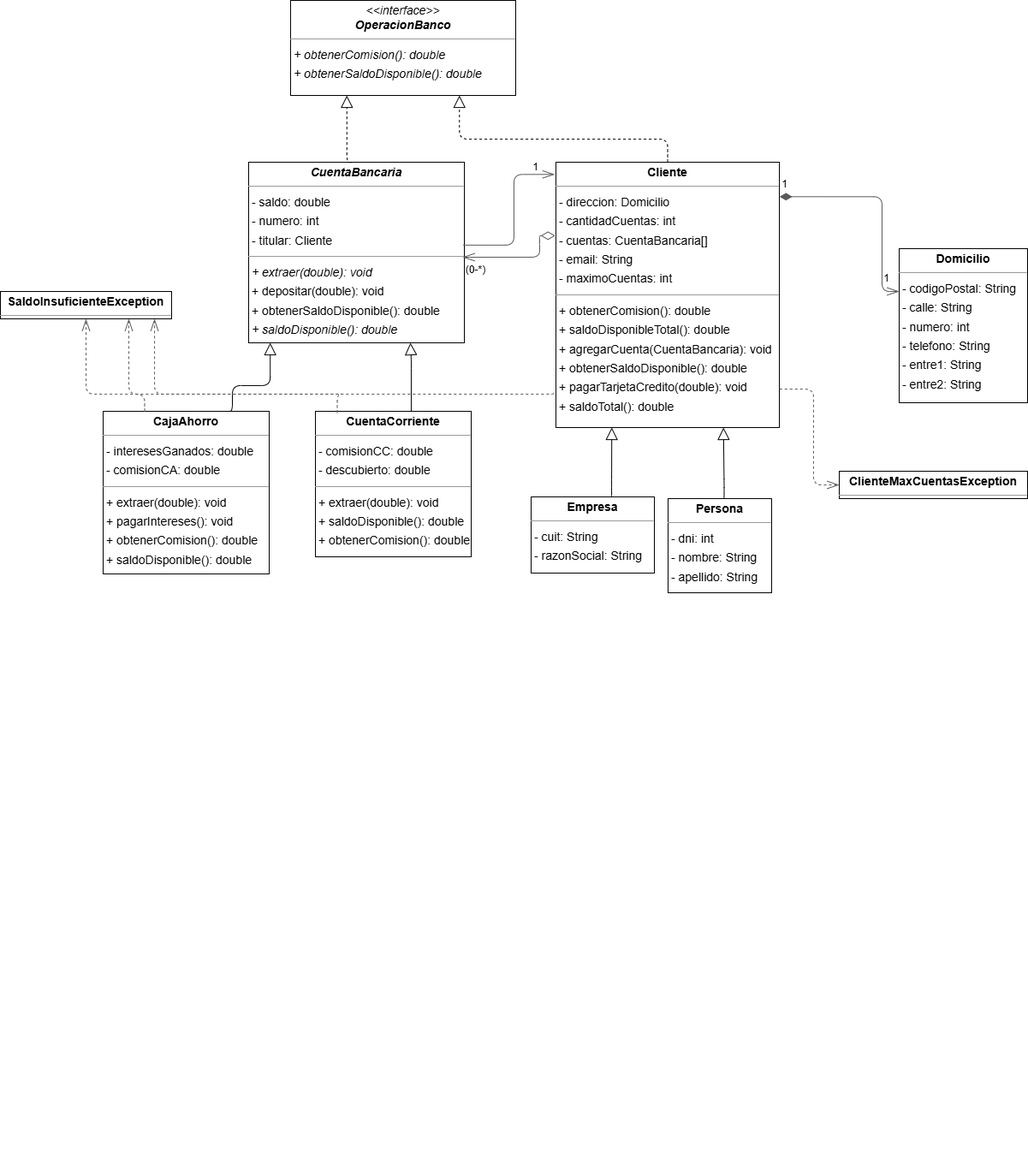
Above: Tp3/Tp3Ej1/src/main/java/UML/Tp3Ej1UML.png in BonanseaMariano/TpsPOO (draw.io), before the change. Source tidied: cells renumbered, new cells last; positions are measured from the earlier drawing's top-left corner, leaving out a move shared by most shapes.
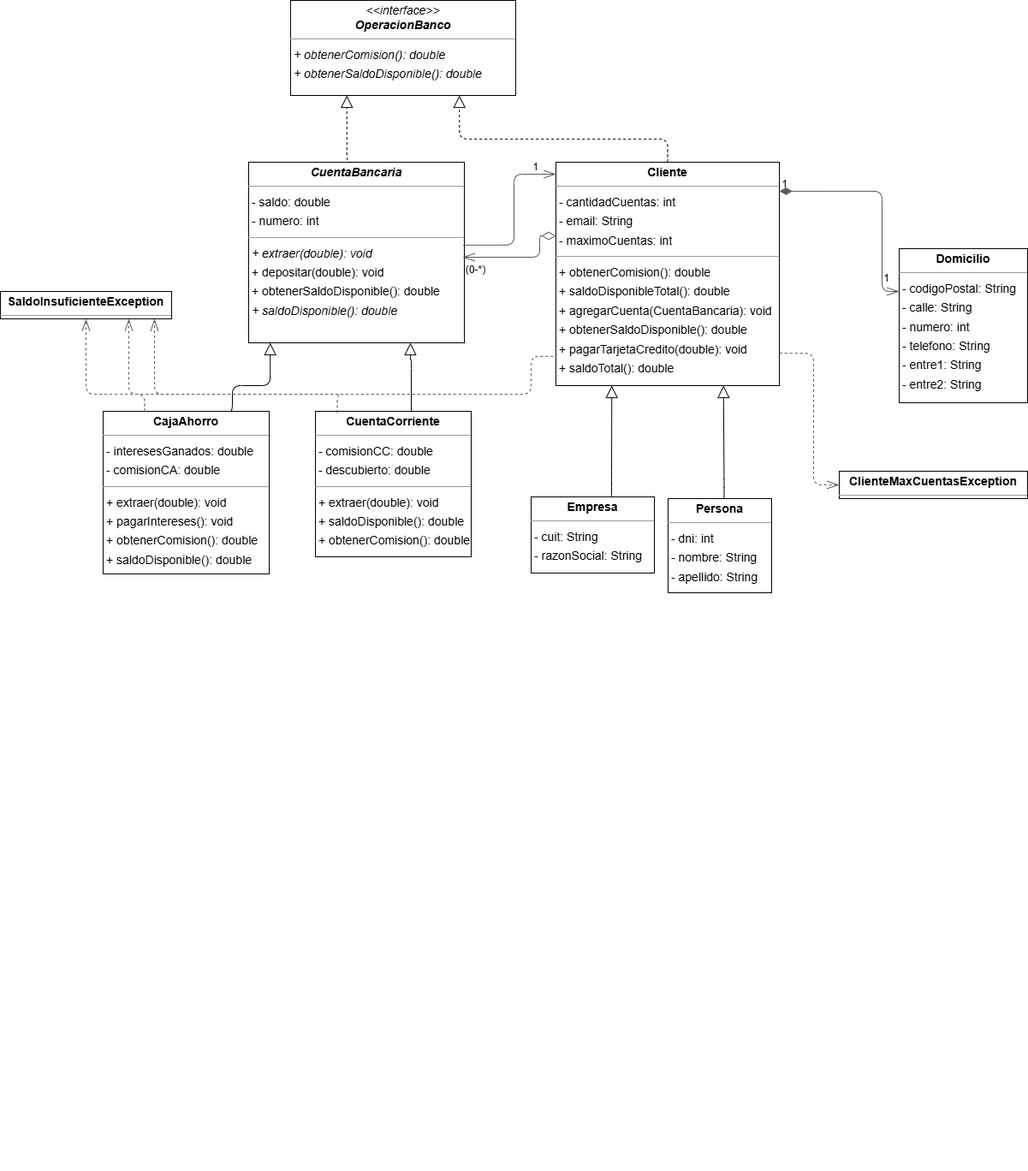
After the change.

The edit, as a diff of the source:
```diff
@@ -5,13 +5,13 @@
     <mxCell id="2" value="&lt;p style=&quot;margin:0px;margin-top:4px;text-align:center;&quot;&gt;&lt;b&gt;CajaAhorro&lt;/b&gt;&lt;/p&gt;&lt;hr size=&quot;1&quot;&gt;&lt;p style=&quot;margin:0 0 0 4px;line-height:1.6;&quot;&gt;- interesesGanados: double&lt;br&gt;- comisionCA: double&lt;/p&gt;&lt;hr size=&quot;1&quot;&gt;&lt;p style=&quot;margin:0 0 0 4px;line-height:1.6;&quot;&gt;+ extraer(double): void&lt;br&gt;+ pagarIntereses(): void&lt;br&gt;+ obtenerComision(): double&lt;br&gt;+ saldoDisponible(): double&lt;br&gt;&lt;br&gt;&lt;br&gt;&lt;/p&gt;" style="verticalAlign=top;align=left;overflow=fill;fontSize=14;fontFamily=Helvetica;html=1;rounded=0;shadow=0;comic=0;labelBackgroundColor=none;strokeWidth=1;" parent="1" vertex="1">
       <mxGeometry x="120" y="480" width="194" height="190" as="geometry" />
     </mxCell>
-    <mxCell id="3" value="&lt;p style=&quot;margin:0px;margin-top:4px;text-align:center;&quot;&gt;&lt;b&gt;Cliente&lt;/b&gt;&lt;/p&gt;&lt;hr size=&quot;1&quot;&gt;&lt;p style=&quot;margin:0 0 0 4px;line-height:1.6;&quot;&gt;- direccion: Domicilio&lt;br&gt;- cantidadCuentas: int&lt;br&gt;- cuentas: CuentaBancaria[]&lt;br&gt;- email: String&lt;br&gt;- maximoCuentas: int&lt;/p&gt;&lt;hr size=&quot;1&quot;&gt;&lt;p style=&quot;margin:0 0 0 4px;line-height:1.6;&quot;&gt;+ obtenerComision(): double&lt;br&gt;+ saldoDisponibleTotal(): double&lt;br&gt;+ agregarCuenta(CuentaBancaria): void&lt;br&gt;+ obtenerSaldoDisponible(): double&lt;br&gt;+ pagarTarjetaCredito(double): void&lt;br&gt;+ saldoTotal(): double&lt;br&gt;&lt;/p&gt;" style="verticalAlign=top;align=left;overflow=fill;fontSize=14;fontFamily=Helvetica;html=1;rounded=0;shadow=0;comic=0;labelBackgroundColor=none;strokeWidth=1;" parent="1" vertex="1">
-      <mxGeometry x="649" y="189" width="261" height="310" as="geometry" />
+    <mxCell id="3" value="&lt;p style=&quot;margin:0px;margin-top:4px;text-align:center;&quot;&gt;&lt;b&gt;Cliente&lt;/b&gt;&lt;/p&gt;&lt;hr size=&quot;1&quot;&gt;&lt;p style=&quot;margin:0 0 0 4px;line-height:1.6;&quot;&gt;- cantidadCuentas: int&lt;br&gt;- email: String&lt;br&gt;- maximoCuentas: int&lt;/p&gt;&lt;hr size=&quot;1&quot;&gt;&lt;p style=&quot;margin:0 0 0 4px;line-height:1.6;&quot;&gt;+ obtenerComision(): double&lt;br&gt;+ saldoDisponibleTotal(): double&lt;br&gt;+ agregarCuenta(CuentaBancaria): void&lt;br&gt;+ obtenerSaldoDisponible(): double&lt;br&gt;+ pagarTarjetaCredito(double): void&lt;br&gt;+ saldoTotal(): double&lt;br&gt;&lt;/p&gt;" style="verticalAlign=top;align=left;overflow=fill;fontSize=14;fontFamily=Helvetica;html=1;rounded=0;shadow=0;comic=0;labelBackgroundColor=none;strokeWidth=1;" parent="1" vertex="1">
+      <mxGeometry x="649" y="189" width="261" height="261" as="geometry" />
     </mxCell>
     <mxCell id="4" value="&lt;p style=&quot;margin:0px;margin-top:4px;text-align:center;&quot;&gt;&lt;b&gt;ClienteMaxCuentasException&lt;/b&gt;&lt;/p&gt;&lt;hr size=&quot;1&quot;/&gt;" style="verticalAlign=top;align=left;overflow=fill;fontSize=14;fontFamily=Helvetica;html=1;rounded=0;shadow=0;comic=0;labelBackgroundColor=none;strokeWidth=1;" parent="1" vertex="1">
       <mxGeometry x="980" y="550" width="220" height="32" as="geometry" />
     </mxCell>
-    <mxCell id="5" value="&lt;p style=&quot;margin:0px;margin-top:4px;text-align:center;&quot;&gt;&lt;b&gt;&lt;i&gt;CuentaBancaria&lt;/i&gt;&lt;/b&gt;&lt;/p&gt;&lt;hr size=&quot;1&quot;&gt;&lt;p style=&quot;margin:0 0 0 4px;line-height:1.6;&quot;&gt;- saldo: double&lt;br&gt;- numero: int&lt;br&gt;- titular: Cliente&lt;/p&gt;&lt;hr size=&quot;1&quot;&gt;&lt;p style=&quot;margin:0 0 0 4px;line-height:1.6;&quot;&gt;&lt;i&gt;+ extraer(double): void&lt;/i&gt;&lt;br&gt;+ depositar(double): void&lt;br&gt;+ obtenerSaldoDisponible(): double&lt;br&gt;&lt;i&gt;+ saldoDisponible(): double&lt;/i&gt;&lt;br&gt;&lt;/p&gt;" style="verticalAlign=top;align=left;overflow=fill;fontSize=14;fontFamily=Helvetica;html=1;rounded=0;shadow=0;comic=0;labelBackgroundColor=none;strokeWidth=1;" parent="1" vertex="1">
+    <mxCell id="5" value="&lt;p style=&quot;margin:0px;margin-top:4px;text-align:center;&quot;&gt;&lt;b&gt;&lt;i&gt;CuentaBancaria&lt;/i&gt;&lt;/b&gt;&lt;/p&gt;&lt;hr size=&quot;1&quot;&gt;&lt;p style=&quot;margin:0 0 0 4px;line-height:1.6;&quot;&gt;- saldo: double&lt;br&gt;- numero: int&lt;br&gt;&lt;/p&gt;&lt;hr size=&quot;1&quot;&gt;&lt;p style=&quot;margin:0 0 0 4px;line-height:1.6;&quot;&gt;&lt;i&gt;+ extraer(double): void&lt;/i&gt;&lt;br&gt;+ depositar(double): void&lt;br&gt;+ obtenerSaldoDisponible(): double&lt;br&gt;&lt;i&gt;+ saldoDisponible(): double&lt;/i&gt;&lt;br&gt;&lt;/p&gt;" style="verticalAlign=top;align=left;overflow=fill;fontSize=14;fontFamily=Helvetica;html=1;rounded=0;shadow=0;comic=0;labelBackgroundColor=none;strokeWidth=1;" parent="1" vertex="1">
       <mxGeometry x="290" y="189" width="252" height="211" as="geometry" />
     </mxCell>
     <mxCell id="6" value="&lt;p style=&quot;margin:0px;margin-top:4px;text-align:center;&quot;&gt;&lt;b&gt;CuentaCorriente&lt;/b&gt;&lt;/p&gt;&lt;hr size=&quot;1&quot;&gt;&lt;p style=&quot;margin:0 0 0 4px;line-height:1.6;&quot;&gt;- comisionCC: double&lt;br&gt;- descubierto: double&lt;/p&gt;&lt;hr size=&quot;1&quot;&gt;&lt;p style=&quot;margin:0 0 0 4px;line-height:1.6;&quot;&gt;+ extraer(double): void&lt;br&gt;+ saldoDisponible(): double&lt;br&gt;+ obtenerComision(): double&lt;/p&gt;" style="verticalAlign=top;align=left;overflow=fill;fontSize=14;fontFamily=Helvetica;html=1;rounded=0;shadow=0;comic=0;labelBackgroundColor=none;strokeWidth=1;" parent="1" vertex="1">
@@ -54,7 +54,7 @@
     <mxCell id="15" style="html=1;rounded=1;edgeStyle=orthogonalEdgeStyle;dashed=1;startArrow=none;endArrow=openThin;endSize=12;strokeColor=#595959;entryX=0;entryY=0.5;entryDx=0;entryDy=0;exitX=1.001;exitY=0.855;exitDx=0;exitDy=0;exitPerimeter=0;" parent="1" edge="1" source="3" target="4">
       <mxGeometry relative="1" as="geometry">
         <Array as="points">
-          <mxPoint x="950" y="454" />
+          <mxPoint x="950" y="412" />
           <mxPoint x="950" y="566" />
         </Array>
       </mxGeometry>
@@ -62,7 +62,7 @@
     <mxCell id="16" style="edgeLabel;html=1;align=left;verticalAlign=top;strokeColor=default;" parent="15" vertex="1">
       <mxGeometry x="518" y="892" as="geometry" />
     </mxCell>
-    <mxCell id="17" style="html=1;rounded=1;edgeStyle=orthogonalEdgeStyle;dashed=0;startArrow=diamondThin;endArrow=openThin;endSize=12;strokeColor=#595959;exitX=-0.003;exitY=0.277;exitDx=0;exitDy=0;entryX=0.992;entryY=0.526;entryDx=0;entryDy=0;exitPerimeter=0;entryPerimeter=0;startFill=0;startSize=14;" parent="1" edge="1" source="3" target="5">
+    <mxCell id="17" style="html=1;rounded=1;edgeStyle=orthogonalEdgeStyle;dashed=0;startArrow=diamondThin;endArrow=openThin;endSize=12;strokeColor=#595959;entryX=0.992;entryY=0.526;entryDx=0;entryDy=0;entryPerimeter=0;startFill=0;startSize=14;" parent="1" edge="1" source="3" target="5">
       <mxGeometry relative="1" as="geometry">
         <Array as="points">
           <mxPoint x="630" y="275" />
@@ -98,7 +98,8 @@
     <mxCell id="23" style="html=1;rounded=1;edgeStyle=orthogonalEdgeStyle;dashed=1;startArrow=none;endArrow=openThin;endSize=12;strokeColor=#595959;exitX=-0.012;exitY=0.869;exitDx=0;exitDy=0;exitPerimeter=0;" parent="1" edge="1" source="3" target="11">
       <mxGeometry relative="1" as="geometry">
         <Array as="points">
-          <mxPoint x="646" y="460" />
+          <mxPoint x="620" y="416" />
+          <mxPoint x="620" y="460" />
           <mxPoint x="180" y="460" />
         </Array>
       </mxGeometry>
@@ -106,7 +107,7 @@
     <mxCell id="24" style="edgeLabel;html=1;align=left;verticalAlign=top;strokeColor=default;" parent="23" vertex="1">
       <mxGeometry x="328" y="672" as="geometry" />
     </mxCell>
-    <mxCell id="25" style="html=1;rounded=1;edgeStyle=orthogonalEdgeStyle;dashed=0;startArrow=none;endArrow=openThin;endSize=12;strokeColor=#595959;exitX=0.995;exitY=0.459;exitDx=0;exitDy=0;entryX=-0.006;entryY=0.046;entryDx=0;entryDy=0;exitPerimeter=0;entryPerimeter=0;startFill=0;startSize=14;" parent="1" edge="1" source="5" target="3">
+    <mxCell id="25" style="html=1;rounded=1;edgeStyle=orthogonalEdgeStyle;dashed=0;startArrow=none;endArrow=openThin;endSize=12;strokeColor=#595959;exitX=0.995;exitY=0.459;exitDx=0;exitDy=0;exitPerimeter=0;startFill=0;startSize=14;" parent="1" edge="1" source="5" target="3">
       <mxGeometry relative="1" as="geometry">
         <Array as="points">
           <mxPoint x="600" y="286" />
```
